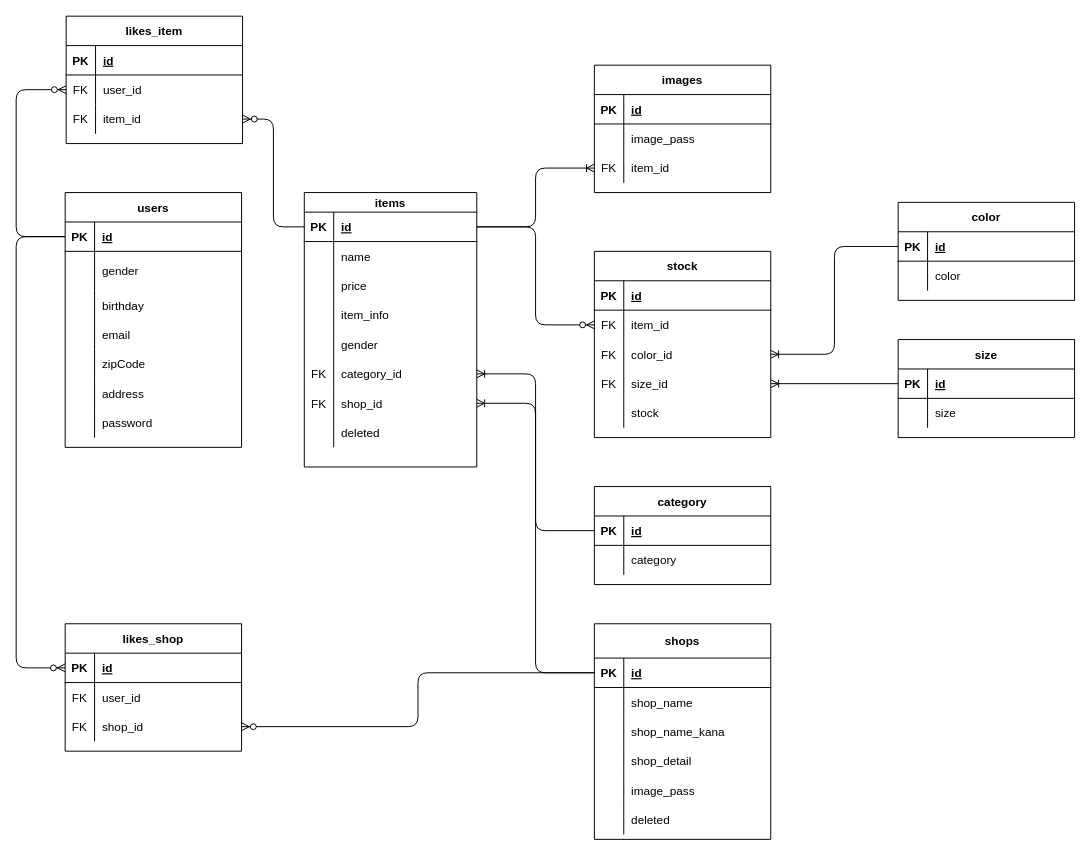
Above: design/newmozo.drawio in daimatsunaga/mozotown (draw.io), before the change. Source tidied: cells renumbered, new cells numbered last; positions are measured from the earlier drawing's top-left corner, leaving out a move shared by most shapes. Both pictures are drawn from the tidied source at 98%, with x=0, y=0 at pixel (16, 16).
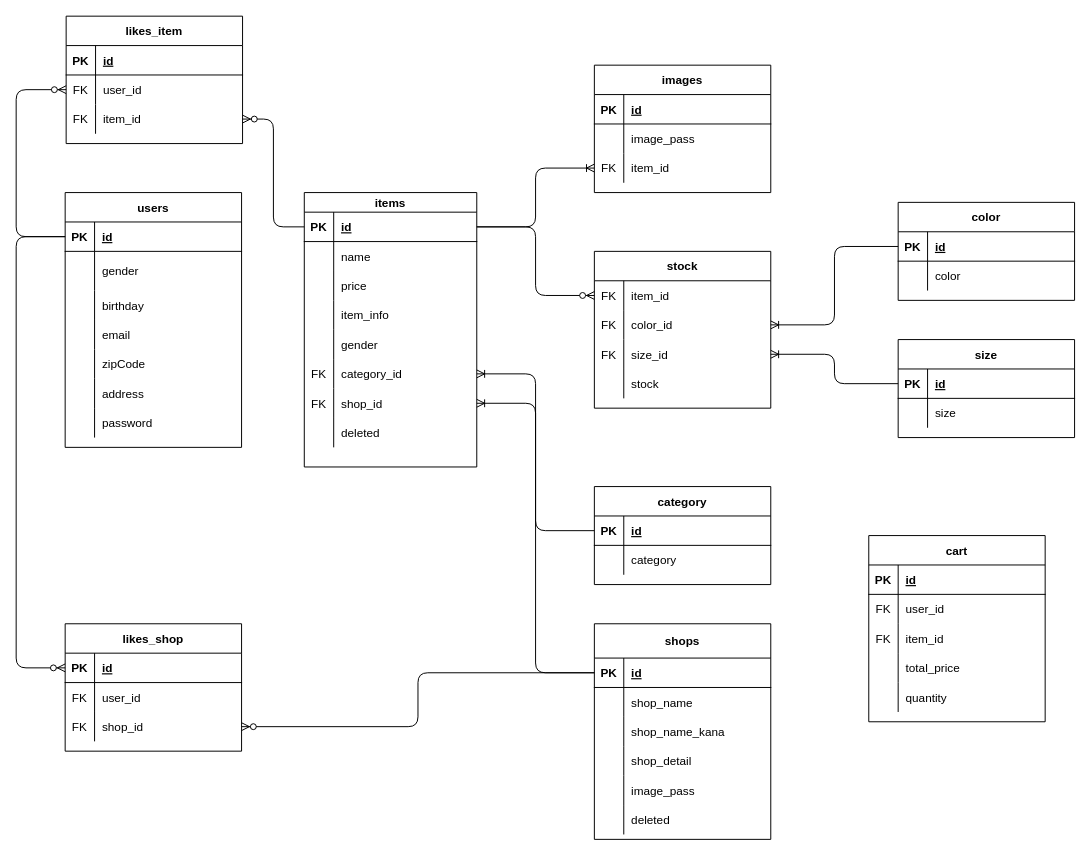
The same page after the edit.

Commit message (it also covers changes not shown here):
stockテーブルの追加

Diff of the diagram source:
```diff
@@
     <mxCell id="125" value="stock" style="shape=table;startSize=30;childLayout=tableLayout;rowLines=0;fontStyle=1;align=center;" parent="1" vertex="1">
-      <mxGeometry x="590" y="240" width="180" height="190" as="geometry" />
+      <mxGeometry x="590" y="240" width="180" height="160" as="geometry" />
     </mxCell>
-    <mxCell id="126" style="shape=partialRectangle;fillColor=none;top=0;left=0;bottom=1;right=0;" parent="125" vertex="1">
-      <mxGeometry y="30" width="180" height="30" as="geometry" />
-    </mxCell>
-    <mxCell id="127" value="PK" style="shape=partialRectangle;fillColor=none;top=0;left=0;bottom=0;right=0;fontStyle=1;overflow=hidden;" parent="126" vertex="1">
-      <mxGeometry width="30" height="30" as="geometry" />
-    </mxCell>
-    <mxCell id="128" value="id" style="shape=partialRectangle;fillColor=none;top=0;left=0;bottom=0;right=0;align=left;spacingLeft=6;fontStyle=5;overflow=hidden;" parent="126" vertex="1">
-      <mxGeometry x="30" width="150" height="30" as="geometry" />
-    </mxCell>
     <mxCell id="129" style="shape=partialRectangle;fillColor=none;top=0;left=0;bottom=0;right=0;points=[[0,0.5],[1,0.5]];portConstraint=eastwest;" parent="125" vertex="1">
-      <mxGeometry y="60" width="180" height="30" as="geometry" />
+      <mxGeometry y="30" width="180" height="30" as="geometry" />
     </mxCell>
@@
     <mxCell id="132" style="shape=partialRectangle;fillColor=none;top=0;left=0;bottom=0;right=0;points=[[0,0.5],[1,0.5]];portConstraint=eastwest;" parent="125" vertex="1">
-      <mxGeometry y="90" width="180" height="30" as="geometry" />
+      <mxGeometry y="60" width="180" height="30" as="geometry" />
     </mxCell>
@@
     <mxCell id="135" style="shape=partialRectangle;fillColor=none;top=0;left=0;bottom=0;right=0;points=[[0,0.5],[1,0.5]];portConstraint=eastwest;" parent="125" vertex="1">
-      <mxGeometry y="120" width="180" height="30" as="geometry" />
+      <mxGeometry y="90" width="180" height="30" as="geometry" />
     </mxCell>
@@
     <mxCell id="138" style="shape=partialRectangle;fillColor=none;top=0;left=0;bottom=0;right=0;" parent="125" vertex="1">
-      <mxGeometry y="150" width="180" height="30" as="geometry" />
+      <mxGeometry y="120" width="180" height="30" as="geometry" />
     </mxCell>
@@
+    <mxCell id="145" value="cart" style="shape=table;startSize=30;childLayout=tableLayout;rowLines=0;fontStyle=1;align=center;" parent="1" vertex="1">
+      <mxGeometry x="870" y="530" width="180" height="190" as="geometry" />
+    </mxCell>
+    <mxCell id="126" style="shape=partialRectangle;fillColor=none;top=0;left=0;bottom=1;right=0;" parent="145" vertex="1">
+      <mxGeometry y="30" width="180" height="30" as="geometry" />
+    </mxCell>
+    <mxCell id="127" value="PK" style="shape=partialRectangle;fillColor=none;top=0;left=0;bottom=0;right=0;fontStyle=1;overflow=hidden;" parent="126" vertex="1">
+      <mxGeometry width="30" height="30" as="geometry" />
+    </mxCell>
+    <mxCell id="128" value="id" style="shape=partialRectangle;fillColor=none;top=0;left=0;bottom=0;right=0;align=left;spacingLeft=6;fontStyle=5;overflow=hidden;" parent="126" vertex="1">
+      <mxGeometry x="30" width="150" height="30" as="geometry" />
+    </mxCell>
+    <mxCell id="146" style="shape=partialRectangle;fillColor=none;top=0;left=0;bottom=0;right=0;" parent="145" vertex="1">
+      <mxGeometry y="60" width="180" height="30" as="geometry" />
+    </mxCell>
+    <mxCell id="147" value="FK" style="shape=partialRectangle;fillColor=none;top=0;left=0;bottom=0;right=0;overflow=hidden;" parent="146" vertex="1">
+      <mxGeometry width="30" height="30" as="geometry" />
+    </mxCell>
+    <mxCell id="148" value="user_id" style="shape=partialRectangle;fillColor=none;top=0;left=0;bottom=0;right=0;align=left;spacingLeft=6;overflow=hidden;" parent="146" vertex="1">
+      <mxGeometry x="30" width="150" height="30" as="geometry" />
+    </mxCell>
+    <mxCell id="149" style="shape=partialRectangle;fillColor=none;top=0;left=0;bottom=0;right=0;" parent="145" vertex="1">
+      <mxGeometry y="90" width="180" height="30" as="geometry" />
+    </mxCell>
+    <mxCell id="150" value="FK" style="shape=partialRectangle;fillColor=none;top=0;left=0;bottom=0;right=0;overflow=hidden;" parent="149" vertex="1">
+      <mxGeometry width="30" height="30" as="geometry" />
+    </mxCell>
+    <mxCell id="151" value="item_id" style="shape=partialRectangle;fillColor=none;top=0;left=0;bottom=0;right=0;align=left;spacingLeft=6;overflow=hidden;" parent="149" vertex="1">
+      <mxGeometry x="30" width="150" height="30" as="geometry" />
+    </mxCell>
+    <mxCell id="152" style="shape=partialRectangle;fillColor=none;top=0;left=0;bottom=0;right=0;" parent="145" vertex="1">
+      <mxGeometry y="120" width="180" height="30" as="geometry" />
+    </mxCell>
+    <mxCell id="153" style="shape=partialRectangle;fillColor=none;top=0;left=0;bottom=0;right=0;overflow=hidden;" parent="152" vertex="1">
+      <mxGeometry width="30" height="30" as="geometry" />
+    </mxCell>
+    <mxCell id="154" value="total_price" style="shape=partialRectangle;fillColor=none;top=0;left=0;bottom=0;right=0;align=left;spacingLeft=6;overflow=hidden;" parent="152" vertex="1">
+      <mxGeometry x="30" width="150" height="30" as="geometry" />
+    </mxCell>
+    <mxCell id="155" style="shape=partialRectangle;fillColor=none;top=0;left=0;bottom=0;right=0;" parent="145" vertex="1">
+      <mxGeometry y="150" width="180" height="30" as="geometry" />
+    </mxCell>
+    <mxCell id="156" style="shape=partialRectangle;fillColor=none;top=0;left=0;bottom=0;right=0;overflow=hidden;" parent="155" vertex="1">
+      <mxGeometry width="30" height="30" as="geometry" />
+    </mxCell>
+    <mxCell id="157" value="quantity" style="shape=partialRectangle;fillColor=none;top=0;left=0;bottom=0;right=0;align=left;spacingLeft=6;overflow=hidden;" parent="155" vertex="1">
+      <mxGeometry x="30" width="150" height="30" as="geometry" />
+    </mxCell>
```
